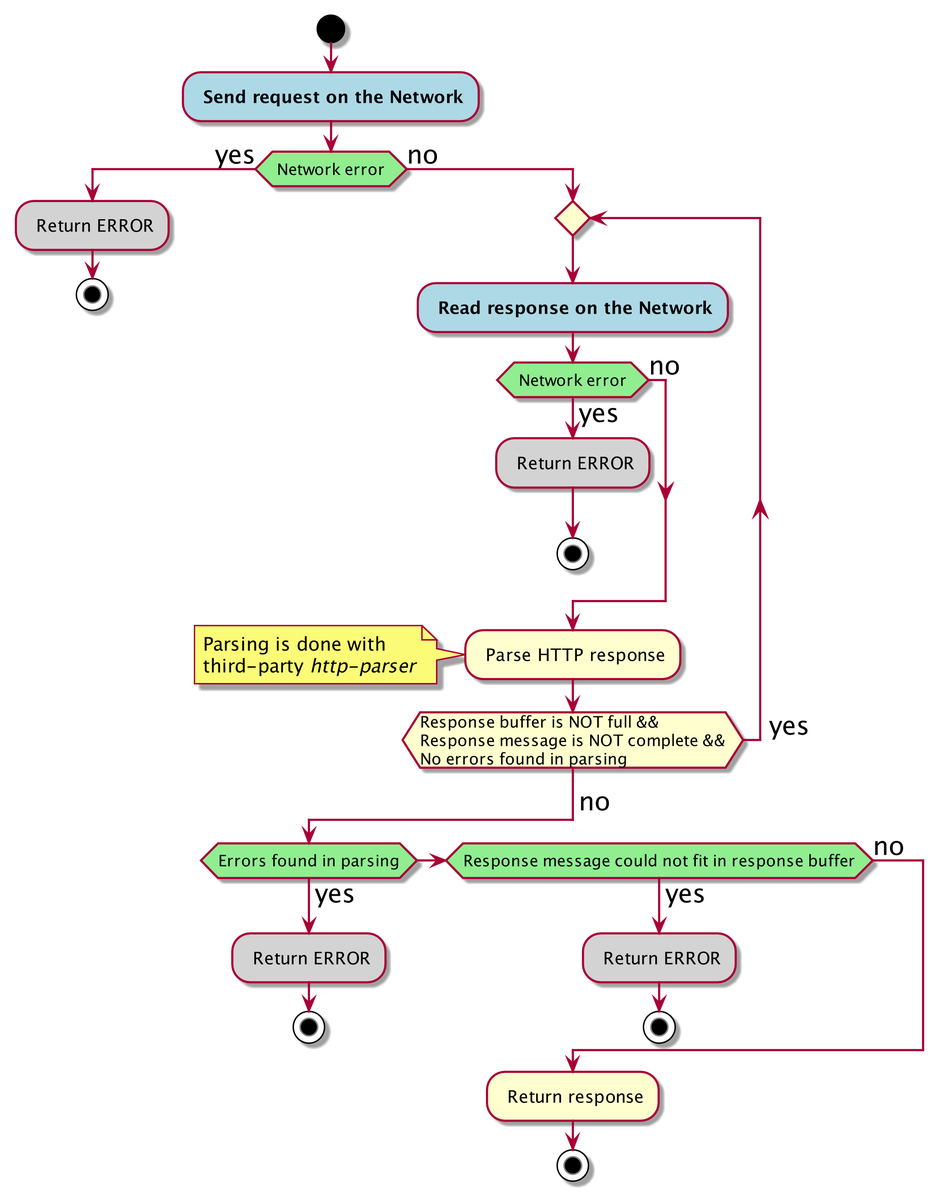
Before: docs/doxygen/images/httpclient_send_activity_diagram.png, a diagram exported from PlantUML (FreeRTOS/coreHTTP).
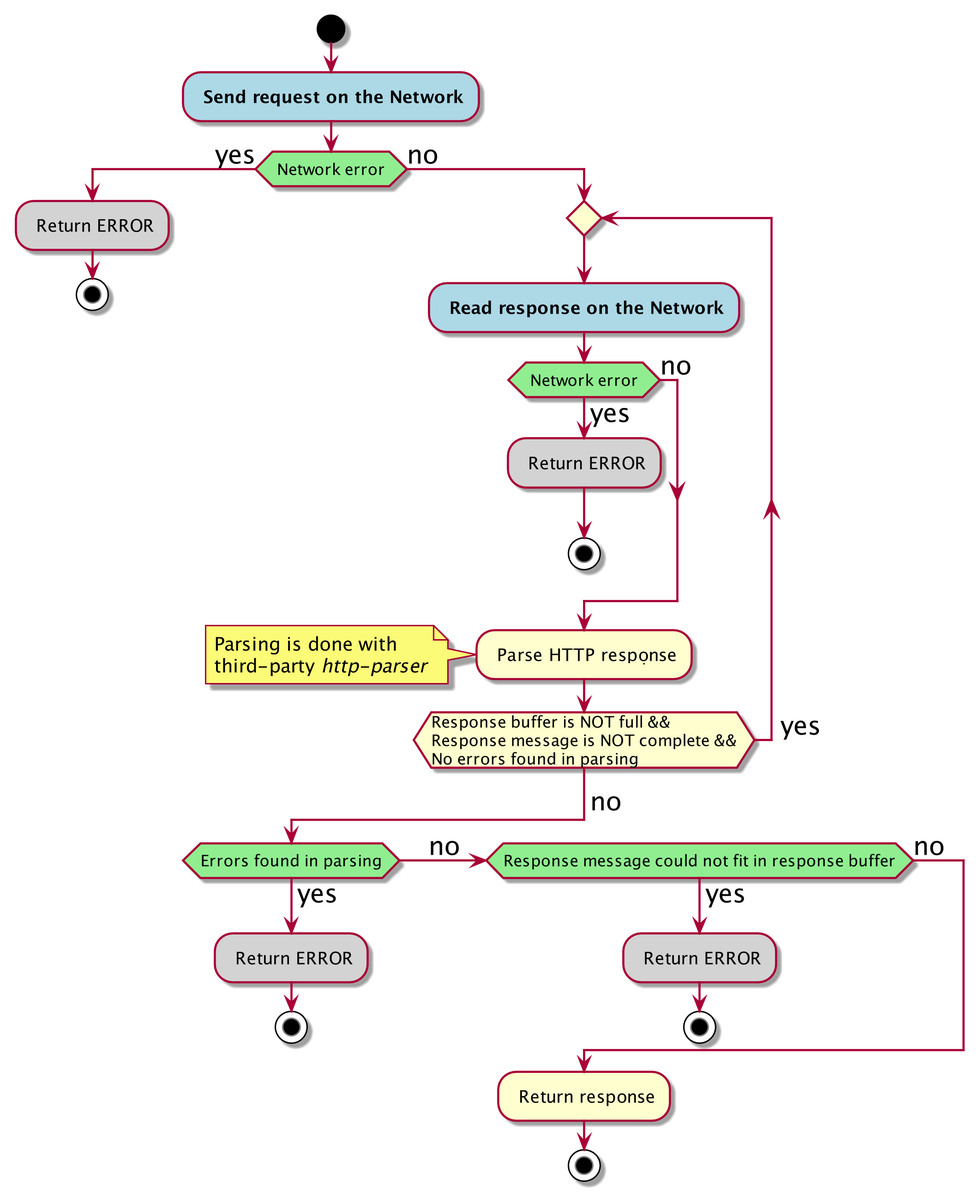
Later version of the same file.

Commit message:
Add "no" to the elseif arrow.

Diff of the diagram source:
```diff
@@ -18,13 +18,13 @@
         : Parse HTTP response;
         note left: Parsing is done with\nthird-party //http-parser//
     repeat while (Response buffer is NOT full &&
-    Response message is NOT complete &&
-    No errors found in parsing) is (   yes)
+                  Response message is NOT complete &&
+                  No errors found in parsing) is (   yes)
     -> no;
     #lightgreen:if (Errors found in parsing) then (yes)
     	#lightgray: Return ERROR;
     	stop
-    #lightgreen:else if (Response message could not fit in response buffer) then (yes)
+    #lightgreen:(no   ) elseif (Response message could not fit in response buffer) then (yes)
     	#lightgray: Return ERROR;
     	stop
     else (no)
```
